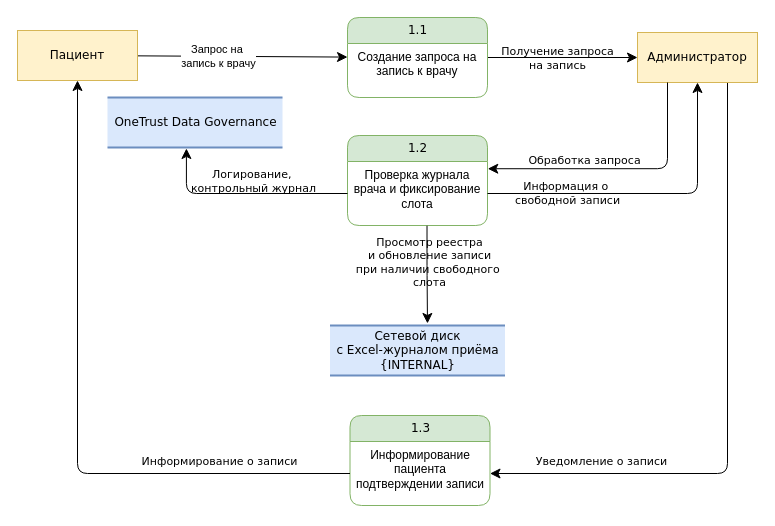
Earlier version of the draw.io diagram page "Запись к врачу" (2 of 5) of Exc1/DFD-DataLinage.drawio (denrzv/yp-architecture-sprint-10). Source tidied: cells renumbered, new cells numbered last; positions are measured from the earlier drawing's top-left corner, leaving out a move shared by most shapes. Both pictures are drawn from the tidied source at 100%, with x=0, y=0 at pixel (17, 17).
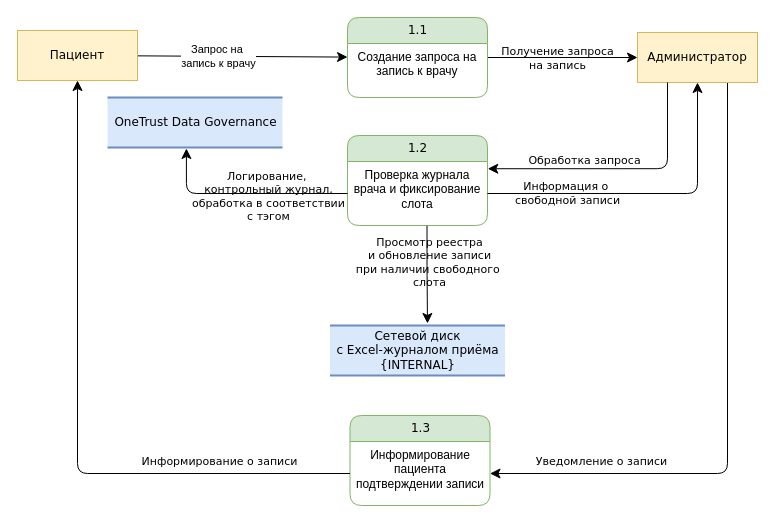
Above is the later version.

Unchanged cells that the change refers to:
```xml
<mxCell id="26" style="edgeStyle=orthogonalEdgeStyle;html=1;labelBackgroundColor=none;startFill=0;startSize=8;endFill=1;endSize=8;fontFamily=Verdana;fontSize=12;exitX=0;exitY=0.5;exitDx=0;exitDy=0;entryX=0.451;entryY=1.02;entryDx=0;entryDy=0;entryPerimeter=0;" parent="1" edge="1" target="25">
  <mxGeometry relative="1" as="geometry">
    <mxPoint x="330" y="176" as="sourcePoint" />
    <Array as="points">
      <mxPoint x="169" y="176" />
    </Array>
  </mxGeometry>
</mxCell>
```

Diff of the diagram source:
```diff
@@
-    <mxCell id="27" value="Логирование,&amp;nbsp;&lt;div&gt;контрольный журнал&lt;/div&gt;" style="edgeLabel;html=1;align=center;verticalAlign=middle;fontFamily=Verdana;fontSize=11;fontColor=default;labelBackgroundColor=none;" parent="26" vertex="1">
+    <mxCell id="27" value="Логирование,&amp;nbsp;&lt;div&gt;контрольный журнал&lt;span style=&quot;background-color: transparent; color: light-dark(rgb(0, 0, 0), rgb(255, 255, 255));&quot;&gt;,&lt;/span&gt;&lt;/div&gt;&lt;div&gt;обработка в соответствии&lt;/div&gt;&lt;div&gt;с тэгом&lt;/div&gt;" style="edgeLabel;html=1;align=center;verticalAlign=middle;fontFamily=Verdana;fontSize=11;fontColor=default;labelBackgroundColor=none;" parent="26" vertex="1">
       <mxGeometry x="0.01" y="-3" relative="1" as="geometry">
-        <mxPoint x="9" y="-10" as="offset" />
+        <mxPoint x="24" y="5" as="offset" />
       </mxGeometry>
     </mxCell>
```
